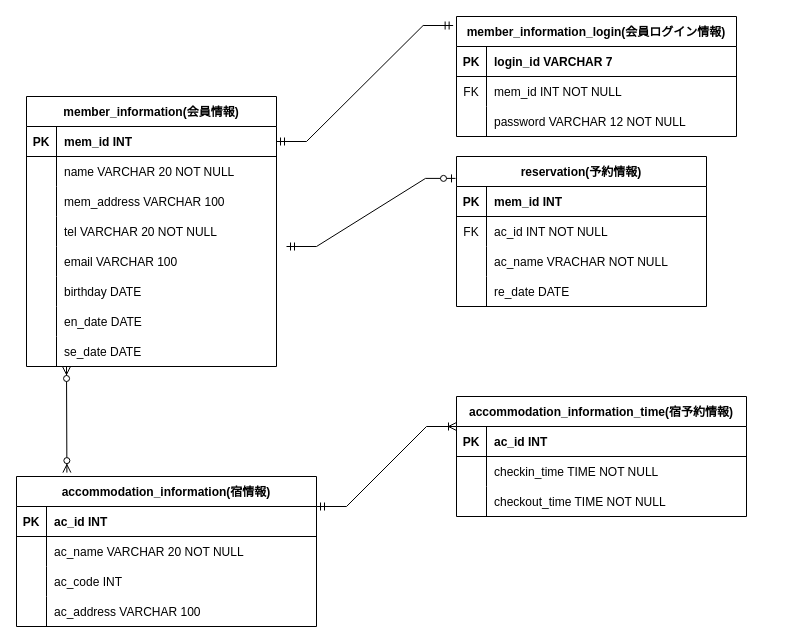
The draw.io diagram ドキュメント/ER図.drawio in 2022java42-student006/document, before the edit. Source tidied: cells renumbered, new cells numbered last; positions are measured from the earlier drawing's top-left corner, leaving out a move shared by most shapes. Both pictures are drawn from the tidied source at 100%, with x=0, y=0 at pixel (16, 16).
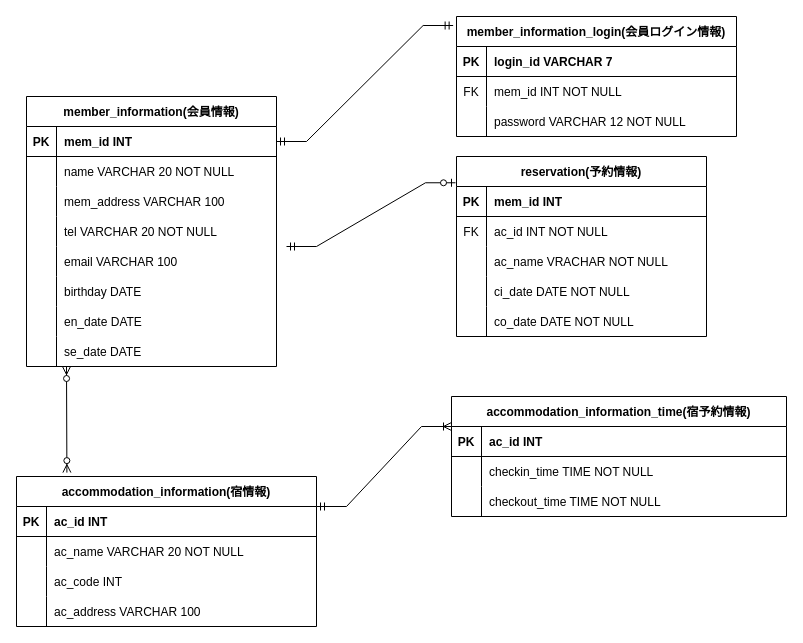
Above is the later version.

Commit message (it also covers changes not shown here):
テーブル設計書（追加あり）最新 ER図 を追加、更新しました。

The change refers to these unchanged cells:
```xml
<mxCell id="70" style="shape=tableRow;horizontal=0;startSize=0;swimlaneHead=0;swimlaneBody=0;fillColor=none;top=0;left=0;right=0;bottom=0;" parent="60" vertex="1">
  <mxGeometry y="120" width="250" height="30" as="geometry" />
</mxCell>
```

What changed in the source:
```diff
@@
     <mxCell id="50" value="accommodation_information_time(宿予約情報)" style="shape=table;startSize=30;childLayout=tableLayout;rowLines=0;fontStyle=1;align=center;" parent="1" vertex="1">
-      <mxGeometry x="440" y="380" width="290" height="120" as="geometry" />
+      <mxGeometry x="435" y="380" width="335" height="120" as="geometry" />
     </mxCell>
     <mxCell id="51" style="shape=tableRow;horizontal=0;startSize=0;swimlaneHead=0;swimlaneBody=0;fillColor=none;top=0;left=0;right=0;bottom=1;" parent="50" vertex="1">
-      <mxGeometry y="30" width="290" height="30" as="geometry" />
+      <mxGeometry y="30" width="335" height="30" as="geometry" />
     </mxCell>
@@
     <mxCell id="53" value="ac_id INT" style="shape=partialRectangle;fillColor=none;top=0;left=0;bottom=0;right=0;align=left;spacingLeft=6;fontStyle=1;overflow=hidden;" parent="51" vertex="1">
-      <mxGeometry x="30" width="260" height="30" as="geometry" />
+      <mxGeometry x="30" width="305" height="30" as="geometry" />
     </mxCell>
     <mxCell id="54" style="shape=tableRow;horizontal=0;startSize=0;swimlaneHead=0;swimlaneBody=0;fillColor=none;top=0;left=0;right=0;bottom=0;" parent="50" vertex="1">
-      <mxGeometry y="60" width="290" height="30" as="geometry" />
+      <mxGeometry y="60" width="335" height="30" as="geometry" />
     </mxCell>
@@
     <mxCell id="56" value="checkin_time TIME NOT NULL" style="shape=partialRectangle;fillColor=none;top=0;left=0;bottom=0;right=0;align=left;spacingLeft=6;overflow=hidden;" parent="54" vertex="1">
-      <mxGeometry x="30" width="260" height="30" as="geometry" />
+      <mxGeometry x="30" width="305" height="30" as="geometry" />
     </mxCell>
     <mxCell id="57" style="shape=tableRow;horizontal=0;startSize=0;swimlaneHead=0;swimlaneBody=0;fillColor=none;top=0;left=0;right=0;bottom=0;" parent="50" vertex="1">
-      <mxGeometry y="90" width="290" height="30" as="geometry" />
+      <mxGeometry y="90" width="335" height="30" as="geometry" />
     </mxCell>
@@
     <mxCell id="59" value="checkout_time TIME NOT NULL" style="shape=partialRectangle;fillColor=none;top=0;left=0;bottom=0;right=0;align=left;spacingLeft=6;overflow=hidden;fontStyle=0;" parent="57" vertex="1">
-      <mxGeometry x="30" width="260" height="30" as="geometry" />
+      <mxGeometry x="30" width="305" height="30" as="geometry" />
     </mxCell>
     <mxCell id="60" value="reservation(予約情報)" style="shape=table;startSize=30;childLayout=tableLayout;rowLines=0;fontStyle=1;align=center;" parent="1" vertex="1">
-      <mxGeometry x="440" y="140" width="250" height="150" as="geometry" />
+      <mxGeometry x="440" y="140" width="250" height="180" as="geometry" />
     </mxCell>
@@
-    <mxCell id="72" value="re_date DATE" style="shape=partialRectangle;fillColor=none;top=0;left=0;bottom=0;right=0;align=left;spacingLeft=6;overflow=hidden;" parent="70" vertex="1">
+    <mxCell id="72" value="ci_date DATE NOT NULL" style="shape=partialRectangle;fillColor=none;top=0;left=0;bottom=0;right=0;align=left;spacingLeft=6;overflow=hidden;" parent="70" vertex="1">
       <mxGeometry x="30" width="220" height="30" as="geometry" />
     </mxCell>
+    <mxCell id="77" style="shape=tableRow;horizontal=0;startSize=0;swimlaneHead=0;swimlaneBody=0;fillColor=none;top=0;left=0;right=0;bottom=0;" parent="60" vertex="1">
+      <mxGeometry y="150" width="250" height="30" as="geometry" />
+    </mxCell>
+    <mxCell id="78" style="shape=partialRectangle;fillColor=none;top=0;left=0;bottom=0;right=0;overflow=hidden;" parent="77" vertex="1">
+      <mxGeometry width="30" height="30" as="geometry" />
+    </mxCell>
+    <mxCell id="79" value="co_date DATE NOT NULL" style="shape=partialRectangle;fillColor=none;top=0;left=0;bottom=0;right=0;align=left;spacingLeft=6;overflow=hidden;" parent="77" vertex="1">
+      <mxGeometry x="30" width="220" height="30" as="geometry" />
+    </mxCell>
```
